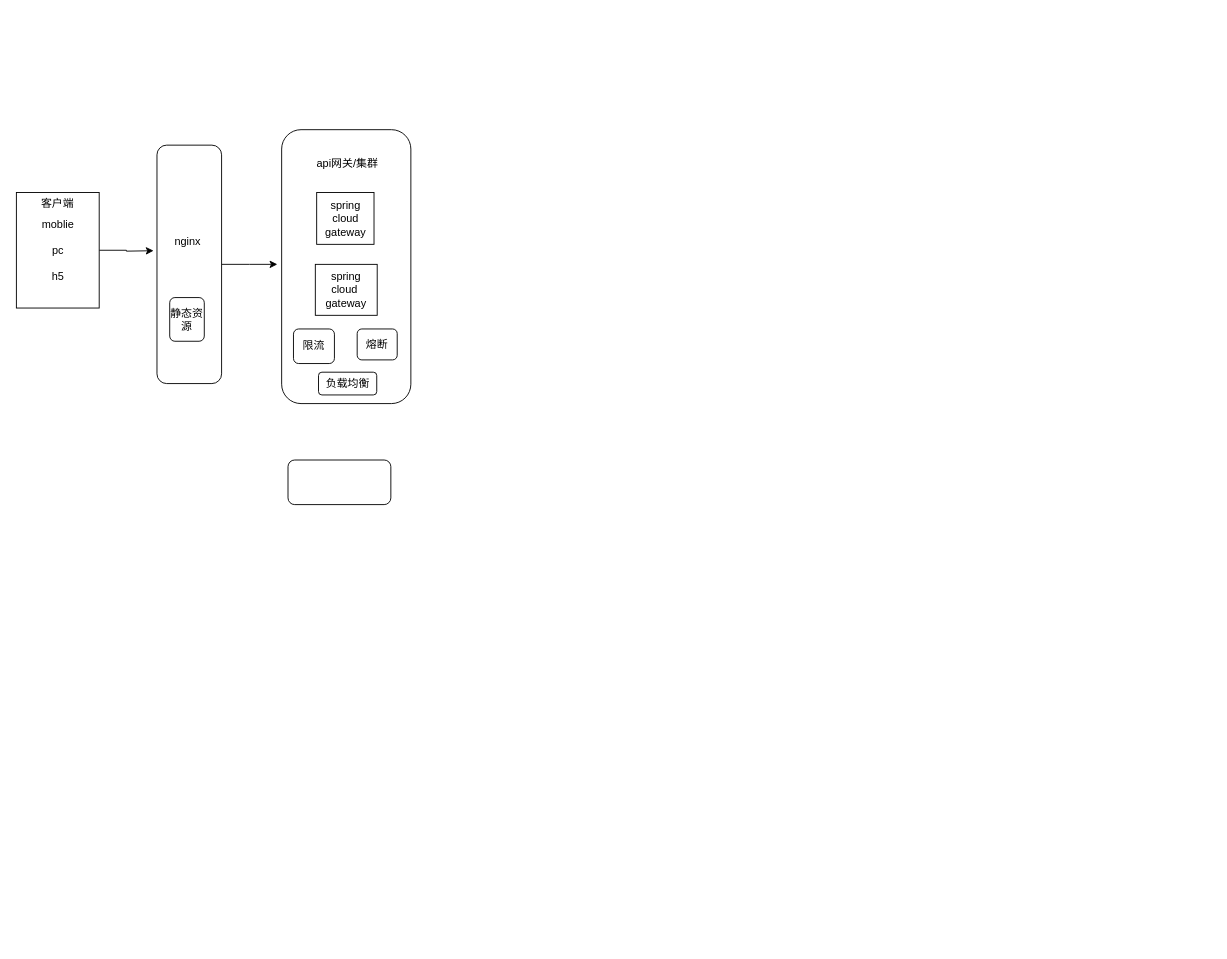
Before: Untitled Diagram.drawio in huacke/project, a draw.io diagram. Source tidied: cells renumbered, new cells numbered last; positions are measured from the earlier drawing's top-left corner, leaving out a move shared by most shapes. Both pictures are drawn from the tidied source at 91%, with x=0, y=0 at pixel (15, 129).
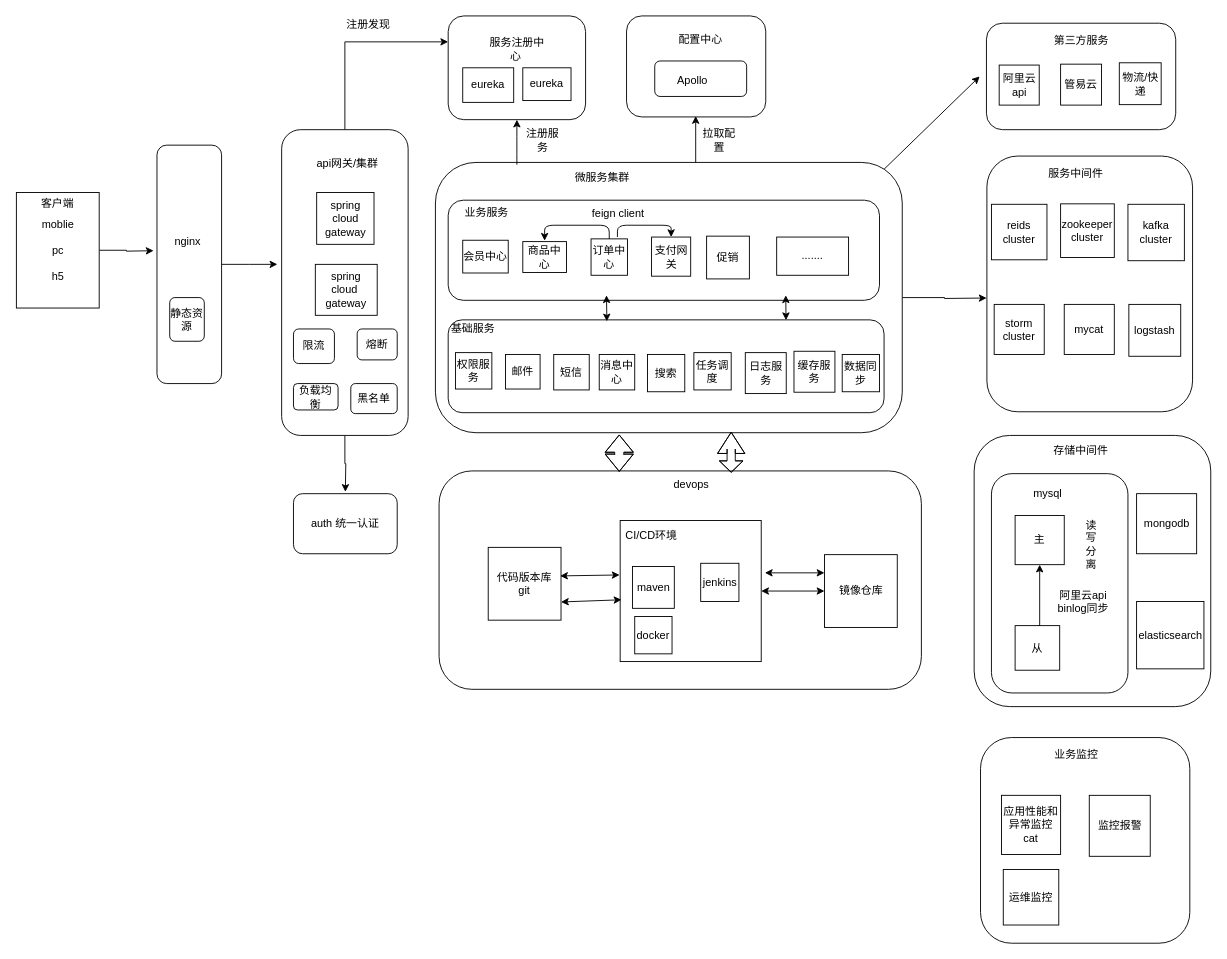
After the change.

Change to the diagram source:
```diff
@@
+    <mxCell id="17" style="edgeStyle=orthogonalEdgeStyle;rounded=0;jettySize=auto;html=1;exitX=0.5;exitY=1;exitDx=0;exitDy=0;" parent="1" edge="1" source="8">
+      <mxGeometry relative="1" as="geometry">
+        <mxPoint x="362" y="398" as="targetPoint" />
+      </mxGeometry>
+    </mxCell>
+    <mxCell id="18" style="edgeStyle=orthogonalEdgeStyle;rounded=0;jettySize=auto;html=1;exitX=0.5;exitY=0;exitDx=0;exitDy=0;entryX=0;entryY=0.25;entryDx=0;entryDy=0;" parent="1" edge="1" source="8" target="21">
+      <mxGeometry relative="1" as="geometry" />
+    </mxCell>
     <mxCell id="8" style="rounded=1;whiteSpace=wrap;html=1;align=center;" parent="1" vertex="1">
-      <mxGeometry x="292" width="142" height="301" as="geometry" />
+      <mxGeometry x="292" width="139" height="336" as="geometry" />
     </mxCell>
@@
     <mxCell id="15" value="负载均衡" style="rounded=1;whiteSpace=wrap;html=1;align=center;" parent="1" vertex="1">
-      <mxGeometry x="332.5" y="266.5" width="64" height="25" as="geometry" />
+      <mxGeometry x="305" y="279" width="49" height="29" as="geometry" />
     </mxCell>
-    <mxCell id="16" style="rounded=1;whiteSpace=wrap;html=1;align=center;" parent="1" vertex="1">
-      <mxGeometry x="299" y="363" width="113" height="49" as="geometry" />
+    <mxCell id="16" value="auth 统一认证" style="rounded=1;whiteSpace=wrap;html=1;align=center;" parent="1" vertex="1">
+      <mxGeometry x="305" y="400" width="114" height="66" as="geometry" />
     </mxCell>
+    <mxCell id="19" style="edgeStyle=orthogonalEdgeStyle;rounded=0;jettySize=auto;html=1;exitX=1;exitY=0.5;exitDx=0;exitDy=0;" parent="1" edge="1" source="20">
+      <mxGeometry relative="1" as="geometry">
+        <mxPoint x="1066.7" y="185" as="targetPoint" />
+      </mxGeometry>
+    </mxCell>
+    <mxCell id="20" style="rounded=1;whiteSpace=wrap;html=1;align=center;" parent="1" vertex="1">
+      <mxGeometry x="461" y="36" width="513" height="297" as="geometry" />
+    </mxCell>
+    <mxCell id="21" style="rounded=1;whiteSpace=wrap;html=1;align=center;" parent="1" vertex="1">
+      <mxGeometry x="475" y="-125" width="151" height="114" as="geometry" />
+    </mxCell>
+    <mxCell id="22" value="服务注册中心&amp;nbsp;" style="text;html=1;strokeColor=none;fillColor=none;align=center;verticalAlign=middle;whiteSpace=wrap;rounded=0;" parent="1" vertex="1">
+      <mxGeometry x="515" y="-102.5" width="72" height="29" as="geometry" />
+    </mxCell>
+    <mxCell id="23" value="eureka" style="rounded=0;whiteSpace=wrap;html=1;align=center;" parent="1" vertex="1">
+      <mxGeometry x="491" y="-68" width="56" height="38" as="geometry" />
+    </mxCell>
+    <mxCell id="24" value="eureka" style="rounded=0;whiteSpace=wrap;html=1;align=center;" parent="1" vertex="1">
+      <mxGeometry x="557" y="-68" width="53" height="36" as="geometry" />
+    </mxCell>
+    <mxCell id="25" value="注册发现" style="text;html=1;strokeColor=none;fillColor=none;align=center;verticalAlign=middle;whiteSpace=wrap;rounded=0;" parent="1" vertex="1">
+      <mxGeometry x="362" y="-125" width="51" height="20" as="geometry" />
+    </mxCell>
+    <mxCell id="26" style="rounded=1;whiteSpace=wrap;html=1;align=center;" parent="1" vertex="1">
+      <mxGeometry x="671" y="-125" width="153" height="111" as="geometry" />
+    </mxCell>
+    <mxCell id="27" value="配置中心" style="text;html=1;strokeColor=none;fillColor=none;align=center;verticalAlign=middle;whiteSpace=wrap;rounded=0;" parent="1" vertex="1">
+      <mxGeometry x="720" y="-111" width="65" height="23" as="geometry" />
+    </mxCell>
+    <mxCell id="28" style="rounded=1;whiteSpace=wrap;html=1;align=center;" parent="1" vertex="1">
+      <mxGeometry x="702" y="-75.5" width="101" height="39" as="geometry" />
+    </mxCell>
+    <mxCell id="29" value="Apollo" style="text;html=1;" parent="1" vertex="1">
+      <mxGeometry x="725.3" y="-68" width="53" height="28" as="geometry" />
+    </mxCell>
+    <mxCell id="30" style="rounded=1;whiteSpace=wrap;html=1;align=center;" parent="1" vertex="1">
+      <mxGeometry x="475" y="77.5" width="474" height="110" as="geometry" />
+    </mxCell>
+    <mxCell id="31" value="微服务集群" style="text;html=1;strokeColor=none;fillColor=none;align=center;verticalAlign=middle;whiteSpace=wrap;rounded=0;" parent="1" vertex="1">
+      <mxGeometry x="580" y="43" width="129" height="20" as="geometry" />
+    </mxCell>
+    <mxCell id="32" value="业务服务" style="text;html=1;strokeColor=none;fillColor=none;align=center;verticalAlign=middle;whiteSpace=wrap;rounded=0;" parent="1" vertex="1">
+      <mxGeometry x="491" y="82" width="53" height="17" as="geometry" />
+    </mxCell>
+    <mxCell id="33" value="会员中心" style="rounded=0;whiteSpace=wrap;html=1;align=center;" parent="1" vertex="1">
+      <mxGeometry x="491" y="121.5" width="50" height="36" as="geometry" />
+    </mxCell>
+    <mxCell id="34" value="商品中心" style="rounded=0;whiteSpace=wrap;html=1;align=center;" parent="1" vertex="1">
+      <mxGeometry x="557" y="123" width="48" height="34" as="geometry" />
+    </mxCell>
+    <mxCell id="35" value="订单中心" style="whiteSpace=wrap;html=1;align=center;" parent="1" vertex="1">
+      <mxGeometry x="632" y="120" width="40" height="40" as="geometry" />
+    </mxCell>
+    <mxCell id="36" value="支付网关" style="whiteSpace=wrap;html=1;align=center;" parent="1" vertex="1">
+      <mxGeometry x="698.5" y="118" width="43" height="43" as="geometry" />
+    </mxCell>
+    <mxCell id="37" value="促销" style="whiteSpace=wrap;html=1;align=center;" parent="1" vertex="1">
+      <mxGeometry x="759" y="117" width="47" height="47" as="geometry" />
+    </mxCell>
+    <mxCell id="38" value="......." style="rounded=0;whiteSpace=wrap;html=1;align=center;" parent="1" vertex="1">
+      <mxGeometry x="836" y="118" width="79" height="42" as="geometry" />
+    </mxCell>
+    <mxCell id="39" style="rounded=1;whiteSpace=wrap;html=1;align=center;" parent="1" vertex="1">
+      <mxGeometry x="475" y="209" width="479" height="102" as="geometry" />
+    </mxCell>
+    <mxCell id="40" style="endArrow=classic;html=1;" parent="1" edge="1">
+      <mxGeometry relative="1" as="geometry">
+        <mxPoint x="747" y="36" as="sourcePoint" />
+        <mxPoint x="747" y="-15" as="targetPoint" />
+      </mxGeometry>
+    </mxCell>
+    <mxCell id="41" value="拉取配置" style="text;html=1;strokeColor=none;fillColor=none;align=center;verticalAlign=middle;whiteSpace=wrap;rounded=0;" parent="1" vertex="1">
+      <mxGeometry x="752.5" y="2" width="40" height="20" as="geometry" />
+    </mxCell>
+    <mxCell id="42" style="endArrow=classic;html=1;" parent="1" edge="1">
+      <mxGeometry relative="1" as="geometry">
+        <mxPoint x="550.5" y="38.5" as="sourcePoint" />
+        <mxPoint x="550.5" y="-11" as="targetPoint" />
+        <Array as="points">
+          <mxPoint x="550.5" y="17.5" />
+        </Array>
+      </mxGeometry>
+    </mxCell>
+    <mxCell id="43" value="注册服务" style="text;html=1;strokeColor=none;fillColor=none;align=center;verticalAlign=middle;whiteSpace=wrap;rounded=0;" parent="1" vertex="1">
+      <mxGeometry x="559" y="2" width="40" height="20" as="geometry" />
+    </mxCell>
+    <mxCell id="44" value="基础服务" style="text;html=1;strokeColor=none;fillColor=none;align=center;verticalAlign=middle;whiteSpace=wrap;rounded=0;" parent="1" vertex="1">
+      <mxGeometry x="475" y="211.5" width="55" height="15" as="geometry" />
+    </mxCell>
+    <mxCell id="45" value="权限服务" style="whiteSpace=wrap;html=1;align=center;" parent="1" vertex="1">
+      <mxGeometry x="483" y="245" width="40" height="40" as="geometry" />
+    </mxCell>
+    <mxCell id="46" value="邮件" style="whiteSpace=wrap;html=1;align=center;" parent="1" vertex="1">
+      <mxGeometry x="538" y="247" width="38" height="38" as="geometry" />
+    </mxCell>
+    <mxCell id="47" value="短信" style="whiteSpace=wrap;html=1;align=center;" parent="1" vertex="1">
+      <mxGeometry x="591" y="247" width="39" height="39" as="geometry" />
+    </mxCell>
+    <mxCell id="48" value="消息中心" style="whiteSpace=wrap;html=1;align=center;" parent="1" vertex="1">
+      <mxGeometry x="641" y="247" width="39" height="39" as="geometry" />
+    </mxCell>
+    <mxCell id="49" value="搜索" style="whiteSpace=wrap;html=1;align=center;" parent="1" vertex="1">
+      <mxGeometry x="694" y="247" width="41" height="41" as="geometry" />
+    </mxCell>
+    <mxCell id="50" value="任务调度" style="whiteSpace=wrap;html=1;align=center;" parent="1" vertex="1">
+      <mxGeometry x="745" y="245" width="41" height="41" as="geometry" />
+    </mxCell>
+    <mxCell id="51" value="日志服务" style="whiteSpace=wrap;html=1;align=center;" parent="1" vertex="1">
+      <mxGeometry x="801.5" y="245" width="45" height="45" as="geometry" />
+    </mxCell>
+    <mxCell id="52" value="缓存服务" style="whiteSpace=wrap;html=1;align=center;" parent="1" vertex="1">
+      <mxGeometry x="855" y="243.5" width="45" height="45" as="geometry" />
+    </mxCell>
+    <mxCell id="53" style="edgeStyle=segmentEdgeStyle;endArrow=classic;html=1;exitX=0.5;exitY=0;exitDx=0;exitDy=0;" parent="1" edge="1" source="35">
+      <mxGeometry relative="1" as="geometry">
+        <mxPoint x="581" y="122" as="targetPoint" />
+        <Array as="points">
+          <mxPoint x="652" y="105" />
+          <mxPoint x="581" y="105" />
+        </Array>
+      </mxGeometry>
+    </mxCell>
+    <mxCell id="54" style="edgeStyle=segmentEdgeStyle;endArrow=classic;html=1;entryX=0.5;entryY=0;entryDx=0;entryDy=0;" parent="1" edge="1" target="36">
+      <mxGeometry relative="1" as="geometry">
+        <mxPoint x="661" y="118" as="sourcePoint" />
+        <Array as="points">
+          <mxPoint x="661" y="105" />
+          <mxPoint x="720" y="105" />
+        </Array>
+      </mxGeometry>
+    </mxCell>
+    <mxCell id="55" value="feign client" style="text;html=1;strokeColor=none;fillColor=none;align=center;verticalAlign=middle;whiteSpace=wrap;rounded=0;" parent="1" vertex="1">
+      <mxGeometry x="632" y="82" width="60" height="20" as="geometry" />
+    </mxCell>
+    <mxCell id="56" style="rounded=1;whiteSpace=wrap;html=1;align=center;" parent="1" vertex="1">
+      <mxGeometry x="1066.5" y="-117" width="208" height="117" as="geometry" />
+    </mxCell>
+    <mxCell id="57" value="阿里云api" style="whiteSpace=wrap;html=1;align=center;" parent="1" vertex="1">
+      <mxGeometry x="1080.5" y="-71" width="44" height="44" as="geometry" />
+    </mxCell>
+    <mxCell id="58" value="管易云" style="whiteSpace=wrap;html=1;align=center;" parent="1" vertex="1">
+      <mxGeometry x="1148" y="-72" width="45" height="45" as="geometry" />
+    </mxCell>
+    <mxCell id="59" style="endArrow=classic;html=1;" parent="1" edge="1">
+      <mxGeometry relative="1" as="geometry">
+        <mxPoint x="954" y="43.5" as="sourcePoint" />
+        <mxPoint x="1059" y="-58.5" as="targetPoint" />
+      </mxGeometry>
+    </mxCell>
+    <mxCell id="60" value="物流/快递" style="whiteSpace=wrap;html=1;align=center;" parent="1" vertex="1">
+      <mxGeometry x="1212.5" y="-73.5" width="46" height="46" as="geometry" />
+    </mxCell>
+    <mxCell id="61" value="第三方服务" style="text;html=1;strokeColor=none;fillColor=none;align=center;verticalAlign=middle;whiteSpace=wrap;rounded=0;" parent="1" vertex="1">
+      <mxGeometry x="1138.5" y="-108" width="64" height="20" as="geometry" />
+    </mxCell>
+    <mxCell id="62" style="rounded=1;whiteSpace=wrap;html=1;align=center;" parent="1" vertex="1">
+      <mxGeometry x="1067" y="29" width="226" height="281" as="geometry" />
+    </mxCell>
+    <mxCell id="63" value="reids cluster" style="whiteSpace=wrap;html=1;align=center;" parent="1" vertex="1">
+      <mxGeometry x="1072" y="82" width="61" height="61" as="geometry" />
+    </mxCell>
+    <mxCell id="64" value="服务中间件" style="text;html=1;strokeColor=none;fillColor=none;align=center;verticalAlign=middle;whiteSpace=wrap;rounded=0;" parent="1" vertex="1">
+      <mxGeometry x="1107" y="36" width="116" height="25" as="geometry" />
+    </mxCell>
+    <mxCell id="65" value="zookeeper&lt;br&gt;cluster" style="whiteSpace=wrap;html=1;align=center;" parent="1" vertex="1">
+      <mxGeometry x="1148" y="81.5" width="59" height="59" as="geometry" />
+    </mxCell>
+    <mxCell id="66" value="kafka cluster" style="whiteSpace=wrap;html=1;align=center;" parent="1" vertex="1">
+      <mxGeometry x="1222" y="82" width="62" height="62" as="geometry" />
+    </mxCell>
+    <mxCell id="67" value="storm cluster" style="whiteSpace=wrap;html=1;align=center;" parent="1" vertex="1">
+      <mxGeometry x="1075" y="192" width="55" height="55" as="geometry" />
+    </mxCell>
+    <mxCell id="68" value="mycat" style="whiteSpace=wrap;html=1;align=center;" parent="1" vertex="1">
+      <mxGeometry x="1152" y="192" width="55" height="55" as="geometry" />
+    </mxCell>
+    <mxCell id="69" value="logstash" style="whiteSpace=wrap;html=1;align=center;" parent="1" vertex="1">
+      <mxGeometry x="1223" y="192" width="57" height="57" as="geometry" />
+    </mxCell>
+    <mxCell id="70" value="黑名单" style="rounded=1;whiteSpace=wrap;html=1;align=center;" parent="1" vertex="1">
+      <mxGeometry x="368" y="279" width="51" height="33" as="geometry" />
+    </mxCell>
+    <mxCell id="71" style="rounded=1;whiteSpace=wrap;html=1;align=center;" parent="1" vertex="1">
+      <mxGeometry x="1060" y="668" width="230" height="226" as="geometry" />
+    </mxCell>
+    <mxCell id="72" value="业务监控" style="text;html=1;strokeColor=none;fillColor=none;align=center;verticalAlign=middle;whiteSpace=wrap;rounded=0;" parent="1" vertex="1">
+      <mxGeometry x="1120.5" y="675.5" width="89" height="22" as="geometry" />
+    </mxCell>
+    <mxCell id="73" value="应用性能和异常监控&lt;br&gt;cat" style="whiteSpace=wrap;html=1;align=center;" parent="1" vertex="1">
+      <mxGeometry x="1083" y="731.5" width="65" height="65" as="geometry" />
+    </mxCell>
+    <mxCell id="74" style="rounded=1;whiteSpace=wrap;html=1;align=center;" parent="1" vertex="1">
+      <mxGeometry x="1053" y="336" width="260" height="298" as="geometry" />
+    </mxCell>
+    <mxCell id="75" value="存储中间件" style="text;html=1;strokeColor=none;fillColor=none;align=center;verticalAlign=middle;whiteSpace=wrap;rounded=0;" parent="1" vertex="1">
+      <mxGeometry x="1134" y="343" width="73" height="20" as="geometry" />
+    </mxCell>
+    <mxCell id="76" value="mongodb" style="whiteSpace=wrap;html=1;align=center;" parent="1" vertex="1">
+      <mxGeometry x="1231.5" y="400" width="66" height="66" as="geometry" />
+    </mxCell>
+    <mxCell id="77" value="elasticsearch" style="whiteSpace=wrap;html=1;align=center;" parent="1" vertex="1">
+      <mxGeometry x="1231.5" y="518.5" width="74" height="74" as="geometry" />
+    </mxCell>
+    <mxCell id="78" style="rounded=1;whiteSpace=wrap;html=1;align=center;" parent="1" vertex="1">
+      <mxGeometry x="1072" y="378" width="150" height="241" as="geometry" />
+    </mxCell>
+    <mxCell id="79" value="主" style="whiteSpace=wrap;html=1;align=center;" parent="1" vertex="1">
+      <mxGeometry x="1098" y="424" width="54" height="54" as="geometry" />
+    </mxCell>
+    <mxCell id="80" value="mysql" style="text;html=1;strokeColor=none;fillColor=none;align=center;verticalAlign=middle;whiteSpace=wrap;rounded=0;" parent="1" vertex="1">
+      <mxGeometry x="1114" y="390" width="40" height="20" as="geometry" />
+    </mxCell>
+    <mxCell id="81" style="edgeStyle=orthogonalEdgeStyle;rounded=0;jettySize=auto;html=1;exitX=0.5;exitY=0;exitDx=0;exitDy=0;entryX=0.5;entryY=1;entryDx=0;entryDy=0;" parent="1" edge="1" source="82" target="79">
+      <mxGeometry relative="1" as="geometry">
+        <Array as="points">
+          <mxPoint x="1125" y="545" />
+        </Array>
+      </mxGeometry>
+    </mxCell>
+    <mxCell id="82" value="从" style="whiteSpace=wrap;html=1;align=center;" parent="1" vertex="1">
+      <mxGeometry x="1098" y="545" width="49" height="49" as="geometry" />
+    </mxCell>
+    <mxCell id="83" value="阿里云api binlog同步" style="text;html=1;strokeColor=none;fillColor=none;align=center;verticalAlign=middle;whiteSpace=wrap;rounded=0;" parent="1" vertex="1">
+      <mxGeometry x="1132" y="499" width="82" height="39" as="geometry" />
+    </mxCell>
+    <mxCell id="84" value="数据同步" style="whiteSpace=wrap;html=1;align=center;" parent="1" vertex="1">
+      <mxGeometry x="908" y="247" width="41" height="41" as="geometry" />
+    </mxCell>
+    <mxCell id="85" value="读写分离" style="text;html=1;strokeColor=none;fillColor=none;align=center;verticalAlign=middle;whiteSpace=wrap;rounded=0;" parent="1" vertex="1">
+      <mxGeometry x="1170.5" y="424" width="22" height="64" as="geometry" />
+    </mxCell>
+    <mxCell id="86" value="监控报警" style="whiteSpace=wrap;html=1;align=center;" parent="1" vertex="1">
+      <mxGeometry x="1179.5" y="731.5" width="67" height="67" as="geometry" />
+    </mxCell>
+    <mxCell id="87" style="rounded=1;whiteSpace=wrap;html=1;align=center;" parent="1" vertex="1">
+      <mxGeometry x="465" y="375" width="530" height="240" as="geometry" />
+    </mxCell>
+    <mxCell id="88" value="devops" style="text;html=1;strokeColor=none;fillColor=none;align=center;verticalAlign=middle;whiteSpace=wrap;rounded=0;" parent="1" vertex="1">
+      <mxGeometry x="713" y="378.5" width="59" height="23" as="geometry" />
+    </mxCell>
+    <mxCell id="89" value="运维监控" style="whiteSpace=wrap;html=1;align=center;" parent="1" vertex="1">
+      <mxGeometry x="1085" y="813" width="61" height="61" as="geometry" />
+    </mxCell>
+    <mxCell id="90" value="代码版本库&lt;br&gt;git" style="whiteSpace=wrap;html=1;align=center;" parent="1" vertex="1">
+      <mxGeometry x="519" y="459" width="80" height="80" as="geometry" />
+    </mxCell>
+    <mxCell id="91" style="whiteSpace=wrap;html=1;align=center;" parent="1" vertex="1">
+      <mxGeometry x="664" y="429.5" width="155" height="155" as="geometry" />
+    </mxCell>
+    <mxCell id="92" value="CI/CD环境" style="text;html=1;strokeColor=none;fillColor=none;align=center;verticalAlign=middle;whiteSpace=wrap;rounded=0;" parent="1" vertex="1">
+      <mxGeometry x="667" y="435" width="63" height="21" as="geometry" />
+    </mxCell>
+    <mxCell id="93" value="maven" style="whiteSpace=wrap;html=1;align=center;" parent="1" vertex="1">
+      <mxGeometry x="677.5" y="480" width="46" height="46" as="geometry" />
+    </mxCell>
+    <mxCell id="94" value="jenkins" style="whiteSpace=wrap;html=1;align=center;" parent="1" vertex="1">
+      <mxGeometry x="752.5" y="476.5" width="42" height="42" as="geometry" />
+    </mxCell>
+    <mxCell id="95" value="docker" style="whiteSpace=wrap;html=1;align=center;" parent="1" vertex="1">
+      <mxGeometry x="680" y="535" width="41" height="41" as="geometry" />
+    </mxCell>
+    <mxCell id="96" value="镜像仓库" style="whiteSpace=wrap;html=1;align=center;" parent="1" vertex="1">
+      <mxGeometry x="888.5" y="467" width="80" height="80" as="geometry" />
+    </mxCell>
+    <mxCell id="97" style="shape=flexArrow;endArrow=classic;startArrow=classic;html=1;" parent="1" edge="1">
+      <mxGeometry relative="1" as="geometry">
+        <mxPoint x="663" y="376" as="sourcePoint" />
+        <mxPoint x="663" y="335" as="targetPoint" />
+        <Array as="points">
+          <mxPoint x="663" y="357" />
+        </Array>
+      </mxGeometry>
+    </mxCell>
+    <mxCell id="98" style="shape=flexArrow;endArrow=classic;startArrow=classic;html=1;startWidth=16;startSize=3.85;width=9;endSize=7.44;" parent="1" edge="1">
+      <mxGeometry relative="1" as="geometry">
+        <mxPoint x="786" y="377" as="sourcePoint" />
+        <mxPoint x="786" y="332" as="targetPoint" />
+        <Array as="points">
+          <mxPoint x="786" y="351" />
+        </Array>
+      </mxGeometry>
+    </mxCell>
+    <mxCell id="99" style="endArrow=classic;startArrow=classic;html=1;entryX=0.009;entryY=0.562;entryDx=0;entryDy=0;entryPerimeter=0;exitX=1;exitY=0.75;exitDx=0;exitDy=0;" parent="1" edge="1" source="90" target="91">
+      <mxGeometry relative="1" as="geometry" />
+    </mxCell>
+    <mxCell id="100" style="endArrow=classic;startArrow=classic;html=1;exitX=0.988;exitY=0.392;exitDx=0;exitDy=0;exitPerimeter=0;entryX=-0.004;entryY=0.386;entryDx=0;entryDy=0;entryPerimeter=0;" parent="1" edge="1" source="90" target="91">
+      <mxGeometry relative="1" as="geometry" />
+    </mxCell>
+    <mxCell id="101" style="endArrow=classic;startArrow=classic;html=1;entryX=0;entryY=0.25;entryDx=0;entryDy=0;" parent="1" edge="1" target="96">
+      <mxGeometry relative="1" as="geometry">
+        <mxPoint x="823" y="487" as="sourcePoint" />
+      </mxGeometry>
+    </mxCell>
+    <mxCell id="102" style="endArrow=classic;startArrow=classic;html=1;exitX=1;exitY=0.5;exitDx=0;exitDy=0;entryX=0;entryY=0.5;entryDx=0;entryDy=0;" parent="1" edge="1" source="91" target="96">
+      <mxGeometry relative="1" as="geometry" />
+    </mxCell>
+    <mxCell id="103" style="endArrow=classic;startArrow=classic;html=1;exitX=0.364;exitY=0.016;exitDx=0;exitDy=0;exitPerimeter=0;" parent="1" edge="1" source="39">
+      <mxGeometry relative="1" as="geometry">
+        <mxPoint x="649" y="182" as="targetPoint" />
+      </mxGeometry>
+    </mxCell>
+    <mxCell id="104" style="endArrow=classic;startArrow=classic;html=1;exitX=0.775;exitY=0.003;exitDx=0;exitDy=0;exitPerimeter=0;" parent="1" edge="1" source="39">
+      <mxGeometry relative="1" as="geometry">
+        <mxPoint x="846" y="182" as="targetPoint" />
+      </mxGeometry>
+    </mxCell>
```
